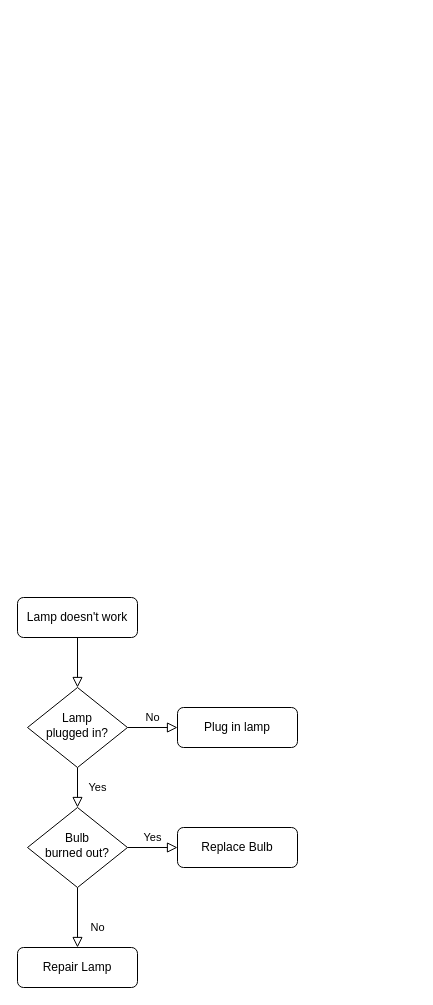
Before: Диаграмма без названия.drawio in tCynik/GirdMap, a draw.io diagram. Source tidied: cells renumbered, new cells numbered last; positions are measured from the earlier drawing's top-left corner, leaving out a move shared by most shapes. Both pictures are drawn from the tidied source at 100%, with x=0, y=0 at pixel (17, 597).
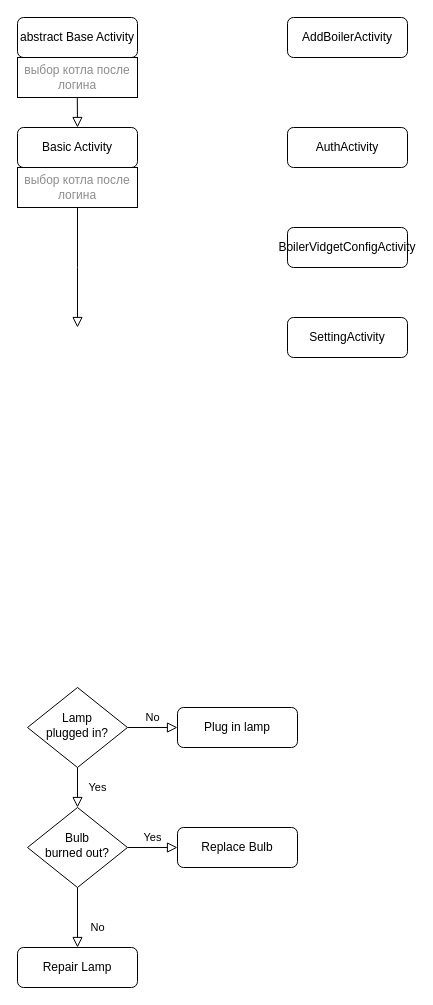
The same diagram, later.

Unchanged cells that the change refers to:
```xml
<mxCell id="6" value="Lamp&lt;br&gt;plugged in?" style="rhombus;whiteSpace=wrap;html=1;shadow=0;fontFamily=Helvetica;fontSize=12;align=center;strokeWidth=1;spacing=6;spacingTop=-4;" parent="1" vertex="1">
  <mxGeometry x="10" y="90" width="100" height="80" as="geometry" />
</mxCell>
```

The edit, as a diff of the source:
```diff
@@
-    <mxCell id="2" style="rounded=0;html=1;jettySize=auto;fontSize=11;endArrow=block;endFill=0;endSize=8;strokeWidth=1;shadow=0;labelBackgroundColor=none;edgeStyle=orthogonalEdgeStyle;" parent="1" edge="1" source="3" target="6">
-      <mxGeometry relative="1" as="geometry" />
-    </mxCell>
-    <mxCell id="3" value="Lamp doesn't work" style="rounded=1;whiteSpace=wrap;html=1;fontSize=12;glass=0;strokeWidth=1;shadow=0;" parent="1" vertex="1">
-      <mxGeometry width="120" height="40" as="geometry" />
+    <mxCell id="3" value="abstract Base Activity" style="rounded=1;whiteSpace=wrap;html=1;fontSize=12;glass=0;strokeWidth=1;shadow=0;" parent="1" vertex="1">
+      <mxGeometry y="-580" width="120" height="40" as="geometry" />
     </mxCell>
@@
+    <mxCell id="13" value="AddBoilerActivity" style="rounded=1;whiteSpace=wrap;html=1;fontSize=12;glass=0;strokeWidth=1;shadow=0;" parent="1" vertex="1">
+      <mxGeometry x="270" y="-580" width="120" height="40" as="geometry" />
+    </mxCell>
+    <mxCell id="14" value="AuthActivity" style="rounded=1;whiteSpace=wrap;html=1;fontSize=12;glass=0;strokeWidth=1;shadow=0;" parent="1" vertex="1">
+      <mxGeometry x="270" y="-470" width="120" height="40" as="geometry" />
+    </mxCell>
+    <mxCell id="15" value="Basic Activity" style="rounded=1;whiteSpace=wrap;html=1;fontSize=12;glass=0;strokeWidth=1;shadow=0;" parent="1" vertex="1">
+      <mxGeometry y="-470" width="120" height="40" as="geometry" />
+    </mxCell>
+    <mxCell id="16" value="BoilerVidgetConfigActivity" style="rounded=1;whiteSpace=wrap;html=1;fontSize=12;glass=0;strokeWidth=1;shadow=0;" parent="1" vertex="1">
+      <mxGeometry x="270" y="-370" width="120" height="40" as="geometry" />
+    </mxCell>
+    <mxCell id="17" value="SettingActivity" style="rounded=1;whiteSpace=wrap;html=1;fontSize=12;glass=0;strokeWidth=1;shadow=0;" parent="1" vertex="1">
+      <mxGeometry x="270" y="-280" width="120" height="40" as="geometry" />
+    </mxCell>
+    <mxCell id="18" style="rounded=0;html=1;jettySize=auto;fontSize=11;endArrow=block;endFill=0;endSize=8;strokeWidth=1;shadow=0;labelBackgroundColor=none;edgeStyle=orthogonalEdgeStyle;exitX=0.5;exitY=1;exitDx=0;exitDy=0;" parent="1" edge="1" source="20">
+      <mxGeometry relative="1" as="geometry">
+        <mxPoint x="60" y="-270" as="targetPoint" />
+      </mxGeometry>
+    </mxCell>
+    <mxCell id="19" value="выбор котла после логина" style="rounded=0;whiteSpace=wrap;html=1;fontColor=#8c8c8c;" parent="1" vertex="1">
+      <mxGeometry y="-540" width="120" height="40" as="geometry" />
+    </mxCell>
+    <mxCell id="20" value="выбор котла после логина" style="rounded=0;whiteSpace=wrap;html=1;fontColor=#8c8c8c;" parent="1" vertex="1">
+      <mxGeometry y="-430" width="120" height="40" as="geometry" />
+    </mxCell>
+    <mxCell id="21" style="rounded=0;html=1;jettySize=auto;orthogonalLoop=1;fontSize=11;endArrow=block;endFill=0;endSize=8;strokeWidth=1;shadow=0;labelBackgroundColor=none;edgeStyle=orthogonalEdgeStyle;exitX=0.5;exitY=1;exitDx=0;exitDy=0;" parent="1" edge="1">
+      <mxGeometry relative="1" as="geometry">
+        <mxPoint x="59.8" y="-500" as="sourcePoint" />
+        <mxPoint x="60" y="-470" as="targetPoint" />
+      </mxGeometry>
+    </mxCell>
```
